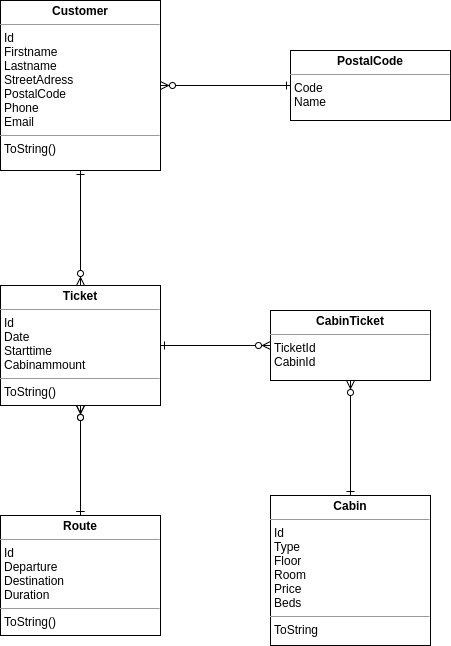
webappmet/boatline keeps this draw.io diagram as boatlineER.png. Above is the earlier version. Source tidied: cells renumbered, new cells last; positions are measured from the earlier drawing's top-left corner, leaving out a move shared by most shapes.
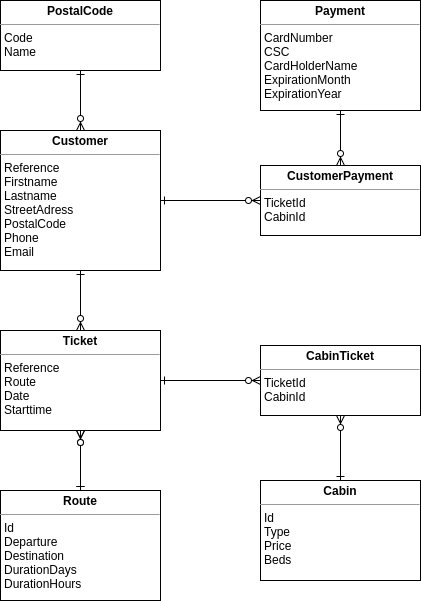
The same file after the commit.

Commit message:
updated ER to reflect new class structure

Diff of the diagram source:
```diff
@@ -2,8 +2,8 @@
   <root>
     <mxCell id="0" />
     <mxCell id="1" parent="0" />
-    <mxCell id="2" value="&lt;p style=&quot;margin: 0px ; margin-top: 4px ; text-align: center&quot;&gt;&lt;b&gt;Customer&lt;/b&gt;&lt;/p&gt;&lt;hr size=&quot;1&quot;&gt;&lt;p style=&quot;margin: 0px ; margin-left: 4px&quot;&gt;Id&lt;/p&gt;&lt;p style=&quot;margin: 0px ; margin-left: 4px&quot;&gt;Firstname&lt;/p&gt;&lt;p style=&quot;margin: 0px ; margin-left: 4px&quot;&gt;Lastname&lt;/p&gt;&lt;p style=&quot;margin: 0px ; margin-left: 4px&quot;&gt;StreetAdress&lt;/p&gt;&lt;p style=&quot;margin: 0px ; margin-left: 4px&quot;&gt;PostalCode&lt;/p&gt;&lt;p style=&quot;margin: 0px ; margin-left: 4px&quot;&gt;Phone&lt;/p&gt;&lt;p style=&quot;margin: 0px ; margin-left: 4px&quot;&gt;Email&lt;/p&gt;&lt;hr size=&quot;1&quot;&gt;&lt;p style=&quot;margin: 0px ; margin-left: 4px&quot;&gt;ToString()&lt;/p&gt;" style="verticalAlign=top;align=left;overflow=fill;fontSize=12;fontFamily=Helvetica;html=1;" parent="1" vertex="1">
-      <mxGeometry width="160" height="170" as="geometry" />
+    <mxCell id="2" value="&lt;p style=&quot;margin: 0px ; margin-top: 4px ; text-align: center&quot;&gt;&lt;b&gt;Customer&lt;/b&gt;&lt;/p&gt;&lt;hr size=&quot;1&quot;&gt;&lt;p style=&quot;margin: 0px ; margin-left: 4px&quot;&gt;&lt;span&gt;Reference&lt;/span&gt;&lt;br&gt;&lt;/p&gt;&lt;p style=&quot;margin: 0px ; margin-left: 4px&quot;&gt;Firstname&lt;/p&gt;&lt;p style=&quot;margin: 0px ; margin-left: 4px&quot;&gt;Lastname&lt;/p&gt;&lt;p style=&quot;margin: 0px ; margin-left: 4px&quot;&gt;StreetAdress&lt;/p&gt;&lt;p style=&quot;margin: 0px ; margin-left: 4px&quot;&gt;PostalCode&lt;/p&gt;&lt;p style=&quot;margin: 0px ; margin-left: 4px&quot;&gt;Phone&lt;/p&gt;&lt;p style=&quot;margin: 0px ; margin-left: 4px&quot;&gt;Email&lt;/p&gt;" style="verticalAlign=top;align=left;overflow=fill;fontSize=12;fontFamily=Helvetica;html=1;" parent="1" vertex="1">
+      <mxGeometry x="-70" y="90" width="160" height="140" as="geometry" />
     </mxCell>
     <mxCell id="3" style="edgeStyle=orthogonalEdgeStyle;rounded=0;jettySize=auto;html=1;entryX=0.5;entryY=1;entryDx=0;entryDy=0;endArrow=ERone;endFill=0;startArrow=ERzeroToMany;startFill=1;exitX=0.5;exitY=0;exitDx=0;exitDy=0;" parent="1" edge="1" source="5" target="2">
       <mxGeometry relative="1" as="geometry" />
@@ -11,17 +11,17 @@
     <mxCell id="4" style="edgeStyle=orthogonalEdgeStyle;rounded=0;jettySize=auto;html=1;startArrow=ERzeroToMany;startFill=1;endArrow=ERone;endFill=0;" parent="1" edge="1" source="5" target="8">
       <mxGeometry relative="1" as="geometry" />
     </mxCell>
-    <mxCell id="5" value="&lt;p style=&quot;margin: 0px ; margin-top: 4px ; text-align: center&quot;&gt;&lt;b&gt;Ticket&lt;/b&gt;&lt;/p&gt;&lt;hr size=&quot;1&quot;&gt;&lt;p style=&quot;margin: 0px ; margin-left: 4px&quot;&gt;Id&lt;/p&gt;&lt;p style=&quot;margin: 0px ; margin-left: 4px&quot;&gt;Date&lt;/p&gt;&lt;p style=&quot;margin: 0px ; margin-left: 4px&quot;&gt;Starttime&lt;/p&gt;&lt;p style=&quot;margin: 0px ; margin-left: 4px&quot;&gt;Cabinammount&lt;/p&gt;&lt;hr size=&quot;1&quot;&gt;&lt;p style=&quot;margin: 0px ; margin-left: 4px&quot;&gt;ToString()&lt;/p&gt;" style="verticalAlign=top;align=left;overflow=fill;fontSize=12;fontFamily=Helvetica;html=1;" parent="1" vertex="1">
-      <mxGeometry y="285" width="160" height="120" as="geometry" />
+    <mxCell id="5" value="&lt;p style=&quot;margin: 0px ; margin-top: 4px ; text-align: center&quot;&gt;&lt;b&gt;Ticket&lt;/b&gt;&lt;/p&gt;&lt;hr size=&quot;1&quot;&gt;&lt;p style=&quot;margin: 0px ; margin-left: 4px&quot;&gt;&lt;span&gt;Reference&lt;/span&gt;&lt;/p&gt;&lt;p style=&quot;margin: 0px ; margin-left: 4px&quot;&gt;Route&lt;/p&gt;&lt;p style=&quot;margin: 0px ; margin-left: 4px&quot;&gt;Date&lt;/p&gt;&lt;p style=&quot;margin: 0px ; margin-left: 4px&quot;&gt;Starttime&lt;/p&gt;" style="verticalAlign=top;align=left;overflow=fill;fontSize=12;fontFamily=Helvetica;html=1;" parent="1" vertex="1">
+      <mxGeometry x="-70" y="290" width="160" height="100" as="geometry" />
     </mxCell>
-    <mxCell id="6" value="&lt;p style=&quot;margin: 0px ; margin-top: 4px ; text-align: center&quot;&gt;&lt;b&gt;Cabin&lt;/b&gt;&lt;/p&gt;&lt;hr size=&quot;1&quot;&gt;&lt;p style=&quot;margin: 0px ; margin-left: 4px&quot;&gt;Id&lt;/p&gt;&lt;p style=&quot;margin: 0px ; margin-left: 4px&quot;&gt;Type&lt;/p&gt;&lt;p style=&quot;margin: 0px ; margin-left: 4px&quot;&gt;Floor&lt;/p&gt;&lt;p style=&quot;margin: 0px ; margin-left: 4px&quot;&gt;Room&lt;/p&gt;&lt;p style=&quot;margin: 0px ; margin-left: 4px&quot;&gt;Price&lt;/p&gt;&lt;p style=&quot;margin: 0px ; margin-left: 4px&quot;&gt;Beds&lt;/p&gt;&lt;hr size=&quot;1&quot;&gt;&lt;p style=&quot;margin: 0px ; margin-left: 4px&quot;&gt;ToString&lt;/p&gt;" style="verticalAlign=top;align=left;overflow=fill;fontSize=12;fontFamily=Helvetica;html=1;" parent="1" vertex="1">
-      <mxGeometry x="270" y="495" width="160" height="150" as="geometry" />
+    <mxCell id="6" value="&lt;p style=&quot;margin: 0px ; margin-top: 4px ; text-align: center&quot;&gt;&lt;b&gt;Cabin&lt;/b&gt;&lt;/p&gt;&lt;hr size=&quot;1&quot;&gt;&lt;p style=&quot;margin: 0px ; margin-left: 4px&quot;&gt;Id&lt;/p&gt;&lt;p style=&quot;margin: 0px ; margin-left: 4px&quot;&gt;Type&lt;/p&gt;&lt;p style=&quot;margin: 0px ; margin-left: 4px&quot;&gt;Price&lt;/p&gt;&lt;p style=&quot;margin: 0px ; margin-left: 4px&quot;&gt;Beds&lt;/p&gt;" style="verticalAlign=top;align=left;overflow=fill;fontSize=12;fontFamily=Helvetica;html=1;" parent="1" vertex="1">
+      <mxGeometry x="190" y="440" width="160" height="100" as="geometry" />
     </mxCell>
     <mxCell id="7" style="edgeStyle=orthogonalEdgeStyle;rounded=0;jettySize=auto;html=1;startArrow=ERzeroToMany;startFill=1;endArrow=ERone;endFill=0;exitX=0.5;exitY=1;exitDx=0;exitDy=0;" parent="1" edge="1" source="5" target="8">
       <mxGeometry relative="1" as="geometry" />
     </mxCell>
-    <mxCell id="8" value="&lt;p style=&quot;margin: 0px ; margin-top: 4px ; text-align: center&quot;&gt;&lt;b&gt;Route&lt;/b&gt;&lt;/p&gt;&lt;hr size=&quot;1&quot;&gt;&lt;p style=&quot;margin: 0px ; margin-left: 4px&quot;&gt;Id&lt;/p&gt;&lt;p style=&quot;margin: 0px ; margin-left: 4px&quot;&gt;Departure&lt;/p&gt;&lt;p style=&quot;margin: 0px ; margin-left: 4px&quot;&gt;Destination&lt;/p&gt;&lt;p style=&quot;margin: 0px ; margin-left: 4px&quot;&gt;Duration&lt;/p&gt;&lt;hr size=&quot;1&quot;&gt;&lt;p style=&quot;margin: 0px ; margin-left: 4px&quot;&gt;ToString()&lt;/p&gt;" style="verticalAlign=top;align=left;overflow=fill;fontSize=12;fontFamily=Helvetica;html=1;" parent="1" vertex="1">
-      <mxGeometry y="515" width="160" height="120" as="geometry" />
+    <mxCell id="8" value="&lt;p style=&quot;margin: 0px ; margin-top: 4px ; text-align: center&quot;&gt;&lt;b&gt;Route&lt;/b&gt;&lt;/p&gt;&lt;hr size=&quot;1&quot;&gt;&lt;p style=&quot;margin: 0px ; margin-left: 4px&quot;&gt;Id&lt;/p&gt;&lt;p style=&quot;margin: 0px ; margin-left: 4px&quot;&gt;Departure&lt;/p&gt;&lt;p style=&quot;margin: 0px ; margin-left: 4px&quot;&gt;Destination&lt;/p&gt;&lt;p style=&quot;margin: 0px ; margin-left: 4px&quot;&gt;DurationDays&lt;/p&gt;&lt;p style=&quot;margin: 0px ; margin-left: 4px&quot;&gt;DurationHours&lt;/p&gt;" style="verticalAlign=top;align=left;overflow=fill;fontSize=12;fontFamily=Helvetica;html=1;" parent="1" vertex="1">
+      <mxGeometry x="-70" y="450" width="160" height="110" as="geometry" />
     </mxCell>
     <mxCell id="9" style="edgeStyle=orthogonalEdgeStyle;rounded=0;jettySize=auto;html=1;entryX=0.5;entryY=0;entryDx=0;entryDy=0;startArrow=ERzeroToMany;startFill=1;endArrow=ERone;endFill=0;" parent="1" edge="1" source="11" target="6">
       <mxGeometry relative="1" as="geometry" />
@@ -30,13 +30,25 @@
       <mxGeometry relative="1" as="geometry" />
     </mxCell>
     <mxCell id="11" value="&lt;p style=&quot;margin: 0px ; margin-top: 4px ; text-align: center&quot;&gt;&lt;b&gt;CabinTicket&lt;/b&gt;&lt;/p&gt;&lt;hr size=&quot;1&quot;&gt;&lt;p style=&quot;margin: 0px ; margin-left: 4px&quot;&gt;TicketId&lt;/p&gt;&lt;p style=&quot;margin: 0px ; margin-left: 4px&quot;&gt;CabinId&lt;/p&gt;" style="verticalAlign=top;align=left;overflow=fill;fontSize=12;fontFamily=Helvetica;html=1;" parent="1" vertex="1">
-      <mxGeometry x="270" y="310" width="160" height="70" as="geometry" />
+      <mxGeometry x="190" y="305" width="160" height="70" as="geometry" />
     </mxCell>
-    <mxCell id="12" style="edgeStyle=orthogonalEdgeStyle;rounded=0;jettySize=auto;html=1;endArrow=ERzeroToMany;endFill=1;startArrow=ERone;startFill=0;" parent="1" edge="1" source="13" target="2">
+    <mxCell id="12" style="edgeStyle=orthogonalEdgeStyle;rounded=0;jettySize=auto;html=1;endArrow=ERzeroToMany;endFill=1;startArrow=ERone;startFill=0;entryX=0.5;entryY=0;entryDx=0;entryDy=0;" parent="1" edge="1" source="13" target="2">
       <mxGeometry relative="1" as="geometry" />
     </mxCell>
     <mxCell id="13" value="&lt;p style=&quot;margin: 0px ; margin-top: 4px ; text-align: center&quot;&gt;&lt;b&gt;PostalCode&lt;/b&gt;&lt;/p&gt;&lt;hr size=&quot;1&quot;&gt;&lt;p style=&quot;margin: 0px ; margin-left: 4px&quot;&gt;Code&lt;/p&gt;&lt;p style=&quot;margin: 0px ; margin-left: 4px&quot;&gt;Name&lt;/p&gt;&lt;p style=&quot;margin: 0px ; margin-left: 4px&quot;&gt;&lt;br&gt;&lt;/p&gt;" style="verticalAlign=top;align=left;overflow=fill;fontSize=12;fontFamily=Helvetica;html=1;" parent="1" vertex="1">
-      <mxGeometry x="290" y="50" width="160" height="70" as="geometry" />
+      <mxGeometry x="-70" y="-40" width="160" height="70" as="geometry" />
     </mxCell>
+    <mxCell id="14" value="&lt;p style=&quot;margin: 0px ; margin-top: 4px ; text-align: center&quot;&gt;&lt;b&gt;Payment&lt;/b&gt;&lt;/p&gt;&lt;hr size=&quot;1&quot;&gt;&lt;p style=&quot;margin: 0px ; margin-left: 4px&quot;&gt;CardNumber&lt;/p&gt;&lt;p style=&quot;margin: 0px ; margin-left: 4px&quot;&gt;CSC&lt;/p&gt;&lt;p style=&quot;margin: 0px ; margin-left: 4px&quot;&gt;CardHolderName&lt;/p&gt;&lt;p style=&quot;margin: 0px ; margin-left: 4px&quot;&gt;ExpirationMonth&lt;/p&gt;&lt;p style=&quot;margin: 0px ; margin-left: 4px&quot;&gt;ExpirationYear&lt;/p&gt;" style="verticalAlign=top;align=left;overflow=fill;fontSize=12;fontFamily=Helvetica;html=1;" parent="1" vertex="1">
+      <mxGeometry x="190" y="-40" width="160" height="110" as="geometry" />
+    </mxCell>
+    <mxCell id="15" value="&lt;p style=&quot;margin: 0px ; margin-top: 4px ; text-align: center&quot;&gt;&lt;b&gt;CustomerPayment&lt;/b&gt;&lt;/p&gt;&lt;hr size=&quot;1&quot;&gt;&lt;p style=&quot;margin: 0px ; margin-left: 4px&quot;&gt;TicketId&lt;/p&gt;&lt;p style=&quot;margin: 0px ; margin-left: 4px&quot;&gt;CabinId&lt;/p&gt;" style="verticalAlign=top;align=left;overflow=fill;fontSize=12;fontFamily=Helvetica;html=1;" parent="1" vertex="1">
+      <mxGeometry x="190" y="125" width="160" height="70" as="geometry" />
+    </mxCell>
+    <mxCell id="16" style="edgeStyle=orthogonalEdgeStyle;rounded=0;jettySize=auto;html=1;startArrow=ERzeroToMany;startFill=1;endArrow=ERone;endFill=0;" parent="1" edge="1" source="15" target="2">
+      <mxGeometry relative="1" as="geometry" />
+    </mxCell>
+    <mxCell id="17" style="edgeStyle=orthogonalEdgeStyle;rounded=0;jettySize=auto;html=1;startArrow=ERzeroToMany;startFill=1;endArrow=ERone;endFill=0;" parent="1" edge="1" source="15" target="14">
+      <mxGeometry relative="1" as="geometry" />
+    </mxCell>
   </root>
 </mxGraphModel>
```
